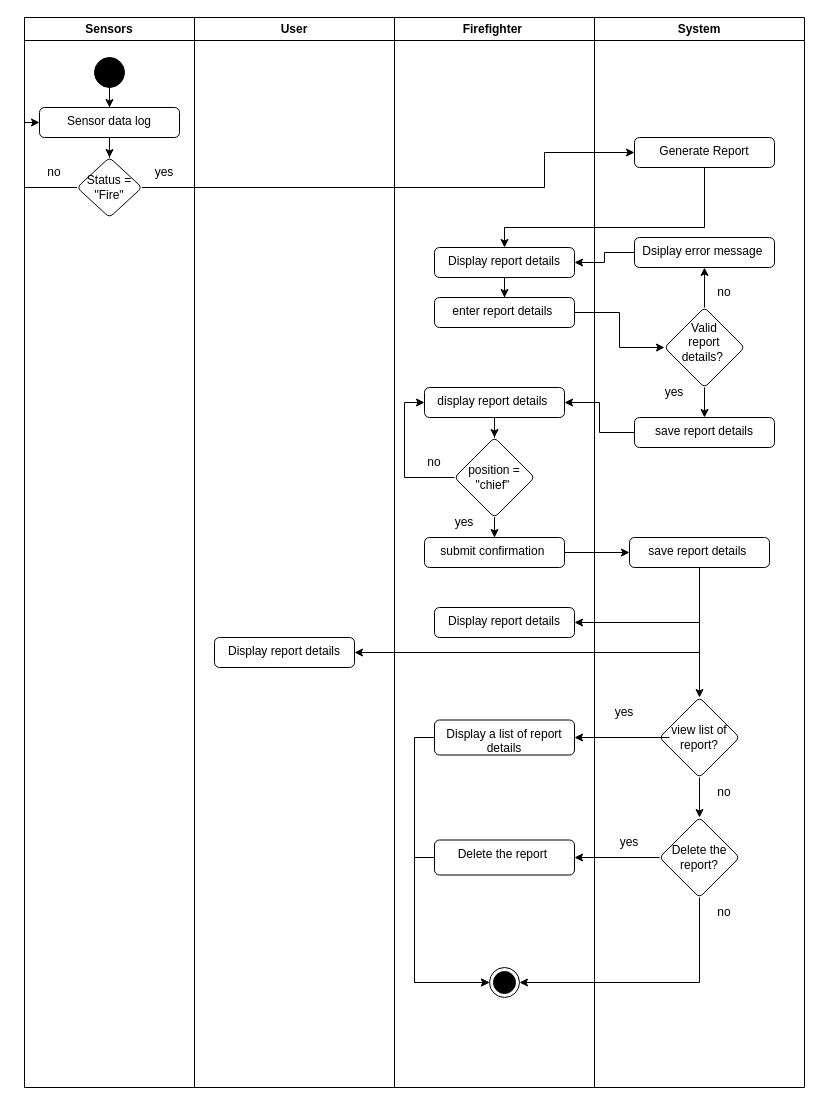
SNFASA/AI-Fire-Monitoring-System keeps this draw.io diagram as page "Report Management AD" (7 of 17) of doc/PSM.drawio. Above is the earlier version. Source tidied: cells renumbered, new cells numbered last; positions are measured from the earlier drawing's top-left corner, leaving out a move shared by most shapes. Both pictures are drawn from the tidied source at 100%, with x=0, y=0 at pixel (24, 17).
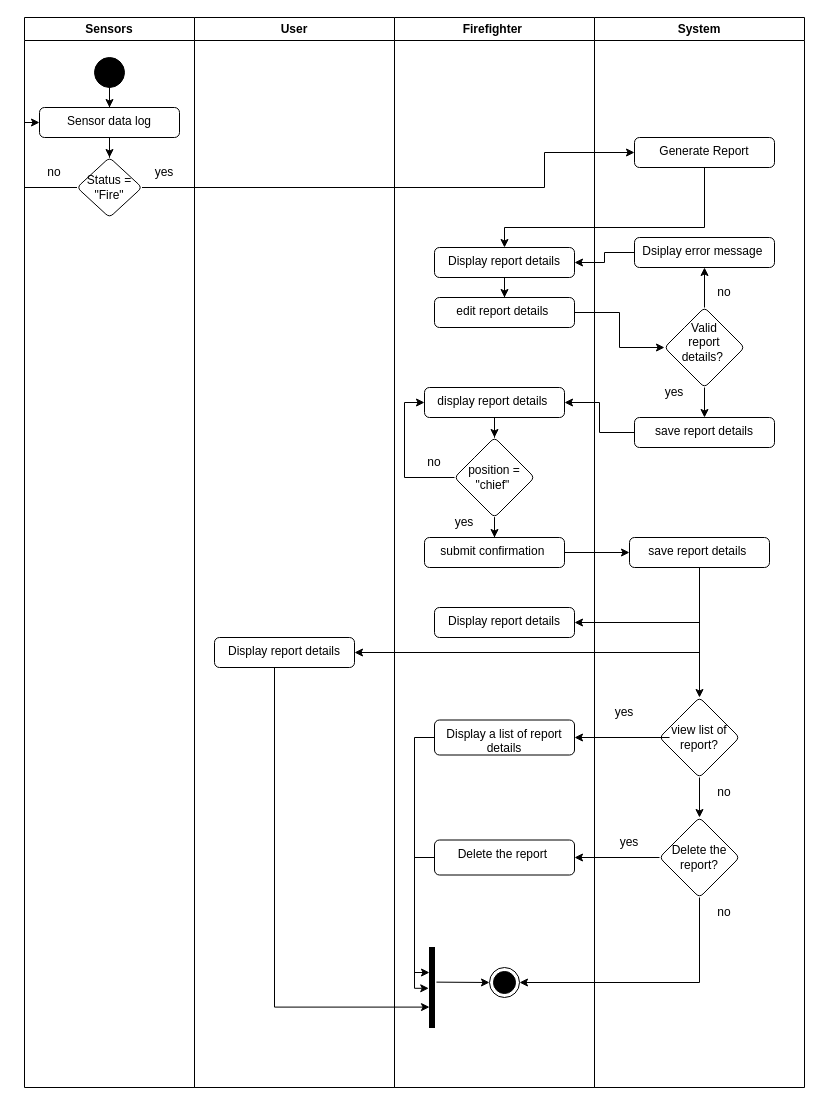
The same diagram, later.

The change refers to these unchanged cells:
```xml
<mxCell id="13" value="Display report details" style="html=1;align=center;verticalAlign=top;rounded=1;absoluteArcSize=1;arcSize=10;dashed=0;whiteSpace=wrap;" parent="12" vertex="1">
  <mxGeometry x="20" y="620" width="140" height="30" as="geometry" />
</mxCell>
<mxCell id="14" value="Firefighter&amp;nbsp;" style="swimlane;whiteSpace=wrap;html=1;" parent="1" vertex="1">
  <mxGeometry x="370" width="200" height="1070" as="geometry" />
</mxCell>
<mxCell id="27" value="Display a list of report details" style="html=1;align=center;verticalAlign=top;rounded=1;absoluteArcSize=1;arcSize=10;dashed=0;whiteSpace=wrap;" parent="14" vertex="1">
  <mxGeometry x="40" y="702.5" width="140" height="35" as="geometry" />
</mxCell>
<mxCell id="29" value="Delete the report&amp;nbsp;" style="html=1;align=center;verticalAlign=top;rounded=1;absoluteArcSize=1;arcSize=10;dashed=0;whiteSpace=wrap;" parent="14" vertex="1">
  <mxGeometry x="40" y="822.5" width="140" height="35" as="geometry" />
</mxCell>
<mxCell id="30" style="ellipse;html=1;shape=endState;fillColor=strokeColor;" parent="14" vertex="1">
  <mxGeometry x="95" y="950" width="30" height="30" as="geometry" />
</mxCell>
```

Change to the diagram source:
```diff
@@
-    <mxCell id="17" value="enter report details&amp;nbsp;" style="html=1;align=center;verticalAlign=top;rounded=1;absoluteArcSize=1;arcSize=10;dashed=0;whiteSpace=wrap;" parent="14" vertex="1">
+    <mxCell id="17" value="edit report details&amp;nbsp;" style="html=1;align=center;verticalAlign=top;rounded=1;absoluteArcSize=1;arcSize=10;dashed=0;whiteSpace=wrap;" parent="14" vertex="1">
       <mxGeometry x="40" y="280" width="140" height="30" as="geometry" />
     </mxCell>
@@
-    <mxCell id="26" style="edgeStyle=orthogonalEdgeStyle;rounded=0;jettySize=auto;html=1;" parent="14" edge="1" source="27" target="30">
+    <mxCell id="26" style="edgeStyle=orthogonalEdgeStyle;rounded=0;jettySize=auto;html=1;entryX=-0.154;entryY=0.51;entryDx=0;entryDy=0;entryPerimeter=0;" parent="14" edge="1" source="27" target="65">
       <mxGeometry relative="1" as="geometry">
         <Array as="points">
           <mxPoint x="20" y="720" />
-          <mxPoint x="20" y="965" />
+          <mxPoint x="20" y="971" />
         </Array>
       </mxGeometry>
     </mxCell>
@@
-    <mxCell id="28" style="edgeStyle=orthogonalEdgeStyle;rounded=0;jettySize=auto;html=1;exitX=0;exitY=0.5;exitDx=0;exitDy=0;entryX=0;entryY=0.5;entryDx=0;entryDy=0;" parent="14" edge="1" source="29" target="30">
-      <mxGeometry relative="1" as="geometry" />
+    <mxCell id="28" style="edgeStyle=orthogonalEdgeStyle;rounded=0;jettySize=auto;html=1;exitX=0;exitY=0.5;exitDx=0;exitDy=0;entryX=0;entryY=0.313;entryDx=0;entryDy=0;entryPerimeter=0;" parent="14" edge="1" source="29" target="65">
+      <mxGeometry relative="1" as="geometry">
+        <Array as="points">
+          <mxPoint x="20" y="840" />
+          <mxPoint x="20" y="955" />
+        </Array>
+      </mxGeometry>
     </mxCell>
@@
+    <mxCell id="65" style="html=1;points=[];perimeter=orthogonalPerimeter;fillColor=strokeColor;" parent="14" vertex="1">
+      <mxGeometry x="35" y="930" width="5" height="80" as="geometry" />
+    </mxCell>
+    <mxCell id="66" style="endArrow=classic;html=1;rounded=0;entryX=0;entryY=0.5;entryDx=0;entryDy=0;exitX=1.385;exitY=0.433;exitDx=0;exitDy=0;exitPerimeter=0;" parent="14" edge="1" source="65" target="30">
+      <mxGeometry relative="1" as="geometry" />
+    </mxCell>
@@
+    <mxCell id="67" style="edgeStyle=orthogonalEdgeStyle;rounded=0;jettySize=auto;html=1;entryX=0;entryY=0.745;entryDx=0;entryDy=0;entryPerimeter=0;" parent="1" edge="1" source="13" target="65">
+      <mxGeometry relative="1" as="geometry">
+        <Array as="points">
+          <mxPoint x="250" y="990" />
+        </Array>
+      </mxGeometry>
+    </mxCell>
```
